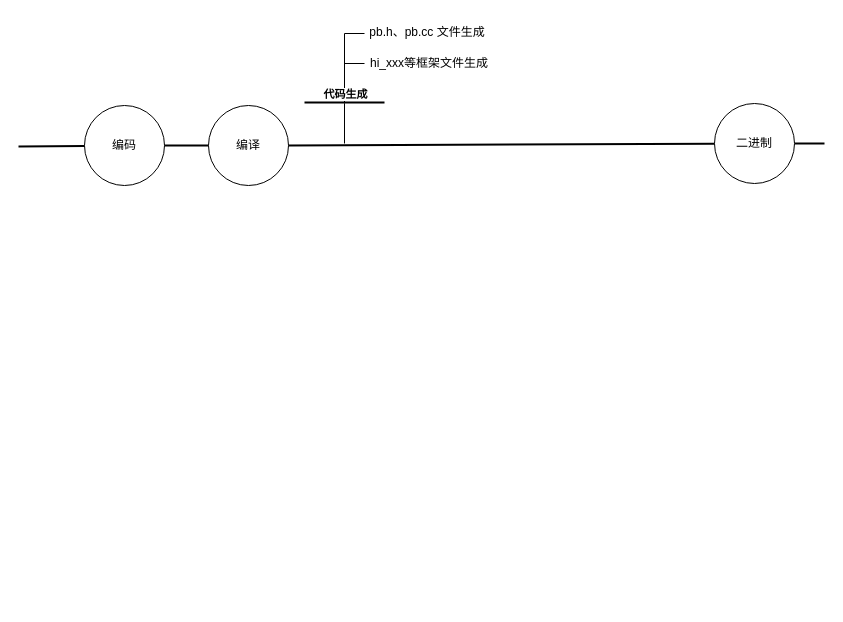
WNTDJMHH/getskills keeps this draw.io diagram as 编译优化.drawio. Above is the earlier version. Source tidied: cells renumbered, new cells numbered last; positions are measured from the earlier drawing's top-left corner, leaving out a move shared by most shapes. Both pictures are drawn from the tidied source at 100%, with x=0, y=0 at pixel (18, 17).
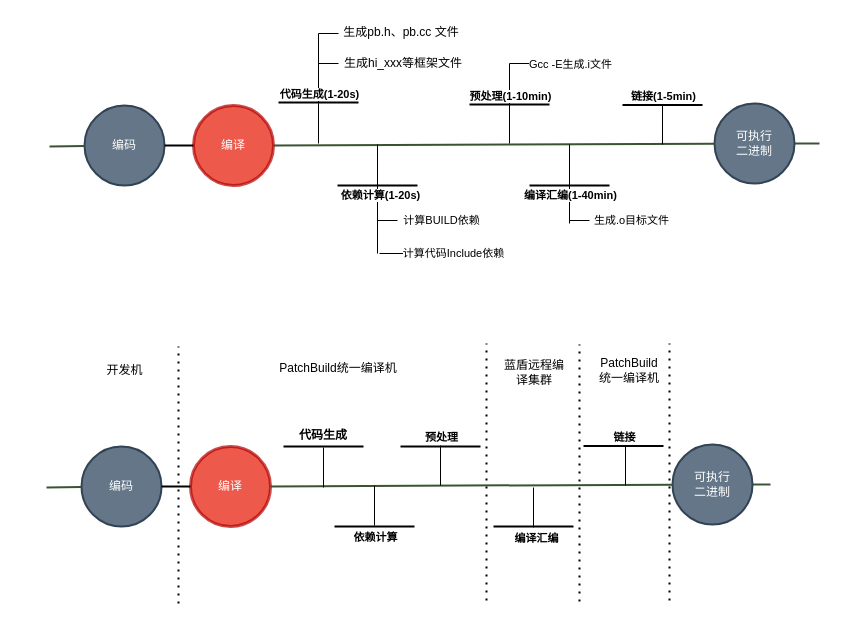
The same page after the edit.

Commit message:
更新编译优化.drawio

Change to the diagram source:
```diff
@@
-    <mxCell id="2" style="endArrow=none;html=1;rounded=0;startArrow=none;strokeWidth=2;" parent="1" edge="1" source="7">
+    <mxCell id="2" style="endArrow=none;html=1;rounded=0;startArrow=none;strokeWidth=2;fillColor=#6d8764;strokeColor=#3A5431;" parent="1" edge="1" source="7">
       <mxGeometry relative="1" as="geometry">
-        <mxPoint x="806" y="126" as="targetPoint" />
+        <mxPoint x="801" y="126" as="targetPoint" />
       </mxGeometry>
     </mxCell>
-    <mxCell id="3" value="编码" style="ellipse;whiteSpace=wrap;html=1;" parent="1" vertex="1">
+    <mxCell id="3" value="编码" style="ellipse;whiteSpace=wrap;html=1;fillColor=#647687;fontColor=#ffffff;strokeColor=#314354;strokeWidth=2;" parent="1" vertex="1">
       <mxGeometry x="66" y="88" width="80" height="80" as="geometry" />
     </mxCell>
-    <mxCell id="4" style="endArrow=none;html=1;rounded=0;strokeWidth=2;" parent="1" edge="1" target="3">
+    <mxCell id="4" style="endArrow=none;html=1;rounded=0;strokeWidth=2;fillColor=#6d8764;strokeColor=#3A5431;" parent="1" edge="1" target="3">
       <mxGeometry relative="1" as="geometry">
-        <mxPoint y="129" as="sourcePoint" />
+        <mxPoint x="31" y="129" as="sourcePoint" />
       </mxGeometry>
     </mxCell>
-    <mxCell id="5" value="编译" style="ellipse;whiteSpace=wrap;html=1;" parent="1" vertex="1">
-      <mxGeometry x="190" y="88" width="80" height="80" as="geometry" />
+    <mxCell id="5" value="编译" style="ellipse;whiteSpace=wrap;html=1;fillColor=#e51400;fontColor=#ffffff;strokeColor=#B20000;opacity=70;strokeWidth=3;" parent="1" vertex="1">
+      <mxGeometry x="175" y="88" width="80" height="80" as="geometry" />
     </mxCell>
@@
-    <mxCell id="7" value="二进制" style="ellipse;whiteSpace=wrap;html=1;fillColor=default;" parent="1" vertex="1">
+    <mxCell id="7" value="可执行&lt;br&gt;二进制" style="ellipse;whiteSpace=wrap;html=1;fillColor=#647687;fontColor=#ffffff;strokeColor=#314354;strokeWidth=2;" parent="1" vertex="1">
       <mxGeometry x="696" y="86" width="80" height="80" as="geometry" />
     </mxCell>
-    <mxCell id="8" style="endArrow=none;html=1;rounded=0;startArrow=none;strokeWidth=2;" parent="1" edge="1" source="5" target="7">
+    <mxCell id="8" style="endArrow=none;html=1;rounded=0;startArrow=none;strokeWidth=2;fillColor=#6d8764;strokeColor=#3A5431;" parent="1" edge="1" source="5" target="7">
       <mxGeometry relative="1" as="geometry" />
     </mxCell>
+    <mxCell id="17" style="group;" parent="1" vertex="1">
+      <mxGeometry x="260" width="190" height="126" as="geometry" />
+    </mxCell>
-    <mxCell id="9" style="endArrow=none;html=1;rounded=0;endSize=7;strokeWidth=2;" parent="1" edge="1">
+    <mxCell id="9" style="endArrow=none;html=1;rounded=0;endSize=7;strokeWidth=2;" parent="17" edge="1">
       <mxGeometry relative="1" as="geometry">
-        <mxPoint x="286" y="85" as="sourcePoint" />
-        <mxPoint x="366" y="85" as="targetPoint" />
+        <mxPoint y="85" as="sourcePoint" />
+        <mxPoint x="80" y="85" as="targetPoint" />
       </mxGeometry>
     </mxCell>
-    <mxCell id="10" style="endArrow=none;html=1;rounded=0;strokeWidth=1;" parent="1" edge="1">
+    <mxCell id="10" style="endArrow=none;html=1;rounded=0;strokeWidth=1;" parent="17" edge="1">
       <mxGeometry relative="1" as="geometry">
-        <mxPoint x="326" y="126" as="sourcePoint" />
-        <mxPoint x="326" y="86" as="targetPoint" />
+        <mxPoint x="40" y="126" as="sourcePoint" />
+        <mxPoint x="40" y="86" as="targetPoint" />
       </mxGeometry>
     </mxCell>
-    <mxCell id="11" style="endArrow=none;html=1;rounded=0;strokeWidth=1;endSize=7;" parent="1" edge="1">
+    <mxCell id="11" style="endArrow=none;html=1;rounded=0;strokeWidth=1;endSize=7;" parent="17" edge="1">
       <mxGeometry relative="1" as="geometry">
-        <mxPoint x="326" y="86" as="sourcePoint" />
-        <mxPoint x="326" y="16" as="targetPoint" />
+        <mxPoint x="40" y="86" as="sourcePoint" />
+        <mxPoint x="40" y="16" as="targetPoint" />
       </mxGeometry>
     </mxCell>
-    <mxCell id="12" value="&lt;b&gt;代码生成&lt;/b&gt;" style="edgeLabel;html=1;align=center;verticalAlign=middle;" parent="11" vertex="1">
+    <mxCell id="12" value="&lt;b&gt;代码生成(1-20s)&lt;/b&gt;" style="edgeLabel;html=1;align=center;verticalAlign=middle;" parent="11" vertex="1">
       <mxGeometry x="-0.85" y="1" relative="1" as="geometry">
         <mxPoint x="1" y="-5" as="offset" />
       </mxGeometry>
     </mxCell>
-    <mxCell id="13" style="endArrow=none;html=1;rounded=0;strokeWidth=1;endSize=7;" parent="1" edge="1">
+    <mxCell id="13" style="endArrow=none;html=1;rounded=0;strokeWidth=1;endSize=7;" parent="17" edge="1">
       <mxGeometry relative="1" as="geometry">
-        <mxPoint x="326" y="46" as="sourcePoint" />
-        <mxPoint x="346" y="46" as="targetPoint" />
+        <mxPoint x="40" y="46" as="sourcePoint" />
+        <mxPoint x="60" y="46" as="targetPoint" />
       </mxGeometry>
     </mxCell>
-    <mxCell id="14" style="endArrow=none;html=1;rounded=0;strokeWidth=1;endSize=7;" parent="1" edge="1">
+    <mxCell id="14" style="endArrow=none;html=1;rounded=0;strokeWidth=1;endSize=7;" parent="17" edge="1">
       <mxGeometry relative="1" as="geometry">
-        <mxPoint x="326" y="16" as="sourcePoint" />
-        <mxPoint x="346" y="16" as="targetPoint" />
+        <mxPoint x="40" y="16" as="sourcePoint" />
+        <mxPoint x="60" y="16" as="targetPoint" />
       </mxGeometry>
     </mxCell>
-    <mxCell id="15" value="pb.h、pb.cc 文件生成" style="text;html=1;strokeColor=none;fillColor=none;align=center;verticalAlign=middle;whiteSpace=wrap;rounded=0;" parent="1" vertex="1">
-      <mxGeometry x="344" width="130" height="30" as="geometry" />
+    <mxCell id="15" value="生成pb.h、pb.cc 文件" style="text;html=1;strokeColor=none;fillColor=none;align=center;verticalAlign=middle;whiteSpace=wrap;rounded=0;" parent="17" vertex="1">
+      <mxGeometry x="58" width="130" height="30" as="geometry" />
     </mxCell>
-    <mxCell id="16" value="hi_xxx等框架文件生成" style="text;html=1;strokeColor=none;fillColor=none;align=center;verticalAlign=middle;whiteSpace=wrap;rounded=0;" parent="1" vertex="1">
-      <mxGeometry x="346" y="31" width="130" height="30" as="geometry" />
+    <mxCell id="16" value="生成hi_xxx等框架文件" style="text;html=1;strokeColor=none;fillColor=none;align=center;verticalAlign=middle;whiteSpace=wrap;rounded=0;" parent="17" vertex="1">
+      <mxGeometry x="60" y="31" width="130" height="30" as="geometry" />
     </mxCell>
+    <mxCell id="18" style="endArrow=none;html=1;rounded=0;strokeWidth=1;endSize=7;" parent="1" edge="1">
+      <mxGeometry relative="1" as="geometry">
+        <mxPoint x="361" y="236" as="sourcePoint" />
+        <mxPoint x="391" y="236" as="targetPoint" />
+      </mxGeometry>
+    </mxCell>
+    <mxCell id="19" value="计算代码Include依赖" style="edgeLabel;html=1;align=center;verticalAlign=middle;" parent="18" vertex="1">
+      <mxGeometry x="0.71" y="1" relative="1" as="geometry">
+        <mxPoint x="47" as="offset" />
+      </mxGeometry>
+    </mxCell>
+    <mxCell id="20" style="group;" parent="1" vertex="1">
+      <mxGeometry x="319" y="127" width="80" height="109" as="geometry" />
+    </mxCell>
+    <mxCell id="21" style="group;" parent="20" vertex="1">
+      <mxGeometry width="80" height="109" as="geometry" />
+    </mxCell>
+    <mxCell id="22" style="endArrow=none;html=1;rounded=0;endSize=7;strokeWidth=2;" parent="21" edge="1">
+      <mxGeometry relative="1" as="geometry">
+        <mxPoint y="41" as="sourcePoint" />
+        <mxPoint x="80" y="41" as="targetPoint" />
+      </mxGeometry>
+    </mxCell>
+    <mxCell id="23" style="endArrow=none;html=1;rounded=0;strokeWidth=1;endSize=7;" parent="21" edge="1">
+      <mxGeometry relative="1" as="geometry">
+        <mxPoint x="40" as="sourcePoint" />
+        <mxPoint x="40" y="109" as="targetPoint" />
+      </mxGeometry>
+    </mxCell>
+    <mxCell id="24" value="&lt;b&gt;依赖计算(1-20s)&lt;/b&gt;" style="edgeLabel;html=1;align=center;verticalAlign=middle;" parent="23" vertex="1">
+      <mxGeometry x="-0.85" y="1" relative="1" as="geometry">
+        <mxPoint x="1" y="42" as="offset" />
+      </mxGeometry>
+    </mxCell>
+    <mxCell id="25" style="endArrow=none;html=1;rounded=0;strokeWidth=1;endSize=7;" parent="21" edge="1">
+      <mxGeometry relative="1" as="geometry">
+        <mxPoint x="40" y="76" as="sourcePoint" />
+        <mxPoint x="60" y="76" as="targetPoint" />
+      </mxGeometry>
+    </mxCell>
+    <mxCell id="26" value="计算BUILD依赖" style="edgeLabel;html=1;align=center;verticalAlign=middle;" parent="25" vertex="1">
+      <mxGeometry x="0.75" y="1" relative="1" as="geometry">
+        <mxPoint x="45" as="offset" />
+      </mxGeometry>
+    </mxCell>
+    <mxCell id="27" style="endArrow=none;html=1;rounded=0;endSize=7;strokeWidth=2;" parent="1" edge="1">
+      <mxGeometry relative="1" as="geometry">
+        <mxPoint x="451" y="87" as="sourcePoint" />
+        <mxPoint x="531" y="87" as="targetPoint" />
+      </mxGeometry>
+    </mxCell>
+    <mxCell id="28" style="endArrow=none;html=1;rounded=0;strokeWidth=1;endSize=7;" parent="1" edge="1">
+      <mxGeometry relative="1" as="geometry">
+        <mxPoint x="491" y="126" as="sourcePoint" />
+        <mxPoint x="491" y="46" as="targetPoint" />
+      </mxGeometry>
+    </mxCell>
+    <mxCell id="29" value="&lt;b&gt;预处理(1-10min)&lt;/b&gt;" style="edgeLabel;html=1;align=center;verticalAlign=middle;" parent="28" vertex="1">
+      <mxGeometry x="-0.85" y="1" relative="1" as="geometry">
+        <mxPoint x="1" y="-42" as="offset" />
+      </mxGeometry>
+    </mxCell>
+    <mxCell id="30" style="endArrow=none;html=1;rounded=0;strokeWidth=1;endSize=7;" parent="1" edge="1">
+      <mxGeometry relative="1" as="geometry">
+        <mxPoint x="491" y="46" as="sourcePoint" />
+        <mxPoint x="511" y="46" as="targetPoint" />
+      </mxGeometry>
+    </mxCell>
+    <mxCell id="31" value="Gcc -E生成.i文件" style="edgeLabel;html=1;align=center;verticalAlign=middle;" parent="30" vertex="1">
+      <mxGeometry x="0.7" relative="1" as="geometry">
+        <mxPoint x="43" as="offset" />
+      </mxGeometry>
+    </mxCell>
+    <mxCell id="32" style="group;" parent="1" vertex="1">
+      <mxGeometry x="511" y="127" width="80" height="109" as="geometry" />
+    </mxCell>
+    <mxCell id="33" style="group;" parent="32" vertex="1">
+      <mxGeometry width="80" height="109" as="geometry" />
+    </mxCell>
+    <mxCell id="34" style="endArrow=none;html=1;rounded=0;endSize=7;strokeWidth=2;" parent="33" edge="1">
+      <mxGeometry relative="1" as="geometry">
+        <mxPoint y="41" as="sourcePoint" />
+        <mxPoint x="80" y="41" as="targetPoint" />
+      </mxGeometry>
+    </mxCell>
+    <mxCell id="35" style="endArrow=none;html=1;rounded=0;strokeWidth=1;endSize=7;" parent="33" edge="1">
+      <mxGeometry relative="1" as="geometry">
+        <mxPoint x="40" as="sourcePoint" />
+        <mxPoint x="40" y="79" as="targetPoint" />
+      </mxGeometry>
+    </mxCell>
+    <mxCell id="36" value="&lt;b&gt;编译汇编(1-40min)&lt;/b&gt;" style="edgeLabel;html=1;align=center;verticalAlign=middle;" parent="35" vertex="1">
+      <mxGeometry x="-0.85" y="1" relative="1" as="geometry">
+        <mxPoint x="-1" y="44" as="offset" />
+      </mxGeometry>
+    </mxCell>
+    <mxCell id="37" style="endArrow=none;html=1;rounded=0;strokeWidth=1;endSize=7;" parent="33" edge="1">
+      <mxGeometry relative="1" as="geometry">
+        <mxPoint x="40" y="76" as="sourcePoint" />
+        <mxPoint x="60" y="76" as="targetPoint" />
+      </mxGeometry>
+    </mxCell>
+    <mxCell id="38" value="生成.o目标文件" style="edgeLabel;html=1;align=center;verticalAlign=middle;" parent="37" vertex="1">
+      <mxGeometry x="0.75" y="1" relative="1" as="geometry">
+        <mxPoint x="43" as="offset" />
+      </mxGeometry>
+    </mxCell>
+    <mxCell id="39" style="endArrow=none;html=1;fontFamily=Helvetica;fontSize=11;fontColor=default;align=center;endSize=7;strokeColor=default;strokeWidth=2;" parent="1" edge="1">
+      <mxGeometry relative="1" as="geometry">
+        <mxPoint x="604" y="87.6" as="sourcePoint" />
+        <mxPoint x="684" y="87.6" as="targetPoint" />
+      </mxGeometry>
+    </mxCell>
+    <mxCell id="40" value="&lt;b&gt;链接(1-5min)&lt;/b&gt;" style="edgeLabel;html=1;align=center;verticalAlign=middle;" parent="1" vertex="1">
+      <mxGeometry x="644" y="78.6" as="geometry" />
+    </mxCell>
+    <mxCell id="41" style="endArrow=none;html=1;rounded=0;strokeWidth=1;endSize=7;" parent="1" edge="1">
+      <mxGeometry relative="1" as="geometry">
+        <mxPoint x="644" y="127" as="sourcePoint" />
+        <mxPoint x="644" y="87" as="targetPoint" />
+      </mxGeometry>
+    </mxCell>
+    <mxCell id="42" style="endArrow=none;html=1;rounded=0;startArrow=none;strokeWidth=2;fillColor=#6d8764;strokeColor=#3A5431;" parent="1" edge="1" source="47">
+      <mxGeometry relative="1" as="geometry">
+        <mxPoint x="752" y="467" as="targetPoint" />
+      </mxGeometry>
+    </mxCell>
+    <mxCell id="43" value="编码" style="ellipse;whiteSpace=wrap;html=1;fillColor=#647687;fontColor=#ffffff;strokeColor=#314354;strokeWidth=2;" parent="1" vertex="1">
+      <mxGeometry x="63" y="429" width="80" height="80" as="geometry" />
+    </mxCell>
+    <mxCell id="44" style="endArrow=none;html=1;rounded=0;strokeWidth=2;fillColor=#6d8764;strokeColor=#3A5431;" parent="1" edge="1" target="43">
+      <mxGeometry relative="1" as="geometry">
+        <mxPoint x="28" y="470" as="sourcePoint" />
+      </mxGeometry>
+    </mxCell>
+    <mxCell id="45" value="编译" style="ellipse;whiteSpace=wrap;html=1;fillColor=#e51400;fontColor=#ffffff;strokeColor=#B20000;opacity=70;strokeWidth=3;" parent="1" vertex="1">
+      <mxGeometry x="172" y="429" width="80" height="80" as="geometry" />
+    </mxCell>
+    <mxCell id="46" style="endArrow=none;html=1;rounded=0;startArrow=none;strokeWidth=2;" parent="1" edge="1" source="43" target="45">
+      <mxGeometry relative="1" as="geometry" />
+    </mxCell>
+    <mxCell id="47" value="可执行&lt;br&gt;二进制" style="ellipse;whiteSpace=wrap;html=1;fillColor=#647687;fontColor=#ffffff;strokeColor=#314354;strokeWidth=2;" parent="1" vertex="1">
+      <mxGeometry x="654" y="427" width="80" height="80" as="geometry" />
+    </mxCell>
+    <mxCell id="48" style="endArrow=none;html=1;rounded=0;startArrow=none;strokeWidth=2;fillColor=#6d8764;strokeColor=#3A5431;" parent="1" edge="1" source="45" target="47">
+      <mxGeometry relative="1" as="geometry" />
+    </mxCell>
+    <mxCell id="49" style="group;" parent="1" vertex="1">
+      <mxGeometry x="316" y="468" width="80" height="109" as="geometry" />
+    </mxCell>
+    <mxCell id="50" style="group;" parent="49" vertex="1">
+      <mxGeometry width="80" height="109" as="geometry" />
+    </mxCell>
+    <mxCell id="51" style="endArrow=none;html=1;rounded=0;endSize=7;strokeWidth=2;" parent="50" edge="1">
+      <mxGeometry relative="1" as="geometry">
+        <mxPoint y="41" as="sourcePoint" />
+        <mxPoint x="80" y="41" as="targetPoint" />
+      </mxGeometry>
+    </mxCell>
+    <mxCell id="52" style="endArrow=none;html=1;rounded=0;strokeWidth=1;endSize=7;" parent="50" edge="1">
+      <mxGeometry relative="1" as="geometry">
+        <mxPoint x="40" as="sourcePoint" />
+        <mxPoint x="40" y="40" as="targetPoint" />
+      </mxGeometry>
+    </mxCell>
+    <mxCell id="53" value="&lt;b&gt;依赖计算&lt;/b&gt;" style="edgeLabel;html=1;align=center;verticalAlign=middle;" parent="52" vertex="1">
+      <mxGeometry x="-0.85" y="1" relative="1" as="geometry">
+        <mxPoint x="-1" y="48" as="offset" />
+      </mxGeometry>
+    </mxCell>
+    <mxCell id="54" style="endArrow=none;html=1;rounded=0;endSize=7;strokeWidth=2;" parent="1" edge="1">
+      <mxGeometry relative="1" as="geometry">
+        <mxPoint x="382" y="429" as="sourcePoint" />
+        <mxPoint x="462" y="429" as="targetPoint" />
+      </mxGeometry>
+    </mxCell>
+    <mxCell id="55" style="endArrow=none;html=1;rounded=0;strokeWidth=1;endSize=7;" parent="1" edge="1">
+      <mxGeometry relative="1" as="geometry">
+        <mxPoint x="422" y="468" as="sourcePoint" />
+        <mxPoint x="422" y="428" as="targetPoint" />
+      </mxGeometry>
+    </mxCell>
+    <mxCell id="56" value="&lt;b&gt;预处理&lt;/b&gt;" style="edgeLabel;html=1;align=center;verticalAlign=middle;" parent="55" vertex="1">
+      <mxGeometry x="-0.85" y="1" relative="1" as="geometry">
+        <mxPoint x="1" y="-46" as="offset" />
+      </mxGeometry>
+    </mxCell>
+    <mxCell id="57" style="group;" parent="1" vertex="1">
+      <mxGeometry x="508" y="468" width="80" height="109" as="geometry" />
+    </mxCell>
+    <mxCell id="58" style="group;" parent="57" vertex="1">
+      <mxGeometry width="80" height="109" as="geometry" />
+    </mxCell>
+    <mxCell id="59" style="endArrow=none;html=1;rounded=0;endSize=7;strokeWidth=2;" parent="58" edge="1">
+      <mxGeometry relative="1" as="geometry">
+        <mxPoint x="-33" y="41" as="sourcePoint" />
+        <mxPoint x="47" y="41" as="targetPoint" />
+      </mxGeometry>
+    </mxCell>
+    <mxCell id="60" style="endArrow=none;html=1;rounded=0;strokeWidth=1;endSize=7;" parent="58" edge="1">
+      <mxGeometry relative="1" as="geometry">
+        <mxPoint x="7" y="2" as="sourcePoint" />
+        <mxPoint x="7" y="42" as="targetPoint" />
+      </mxGeometry>
+    </mxCell>
+    <mxCell id="61" value="&lt;b&gt;编译汇编&lt;/b&gt;" style="edgeLabel;html=1;align=center;verticalAlign=middle;" parent="60" vertex="1">
+      <mxGeometry x="-0.85" y="1" relative="1" as="geometry">
+        <mxPoint x="1" y="47" as="offset" />
+      </mxGeometry>
+    </mxCell>
+    <mxCell id="62" style="endArrow=none;html=1;fontFamily=Helvetica;fontSize=11;fontColor=default;align=center;endSize=7;strokeColor=default;strokeWidth=2;" parent="1" edge="1">
+      <mxGeometry relative="1" as="geometry">
+        <mxPoint x="565" y="428.6" as="sourcePoint" />
+        <mxPoint x="645" y="428.6" as="targetPoint" />
+      </mxGeometry>
+    </mxCell>
+    <mxCell id="63" value="&lt;b&gt;链接&lt;/b&gt;" style="edgeLabel;html=1;align=center;verticalAlign=middle;" parent="1" vertex="1">
+      <mxGeometry x="605" y="419.6" as="geometry" />
+    </mxCell>
+    <mxCell id="64" style="endArrow=none;html=1;rounded=0;strokeWidth=1;endSize=7;" parent="1" edge="1">
+      <mxGeometry relative="1" as="geometry">
+        <mxPoint x="607" y="468" as="sourcePoint" />
+        <mxPoint x="607" y="428" as="targetPoint" />
+      </mxGeometry>
+    </mxCell>
+    <mxCell id="65" style="group;" parent="1" vertex="1">
+      <mxGeometry x="265" y="403" width="80" height="67" as="geometry" />
+    </mxCell>
+    <mxCell id="66" style="group;" parent="65" vertex="1">
+      <mxGeometry y="26" width="80" height="41" as="geometry" />
+    </mxCell>
+    <mxCell id="67" style="endArrow=none;html=1;rounded=0;endSize=7;strokeWidth=2;" parent="66" edge="1">
+      <mxGeometry relative="1" as="geometry">
+        <mxPoint as="sourcePoint" />
+        <mxPoint x="80" as="targetPoint" />
+      </mxGeometry>
+    </mxCell>
+    <mxCell id="68" style="endArrow=none;html=1;rounded=0;strokeWidth=1;" parent="66" edge="1">
+      <mxGeometry relative="1" as="geometry">
+        <mxPoint x="40" y="41" as="sourcePoint" />
+        <mxPoint x="40" y="1" as="targetPoint" />
+      </mxGeometry>
+    </mxCell>
+    <mxCell id="69" value="&lt;b&gt;代码生成&lt;/b&gt;" style="text;html=1;strokeColor=none;fillColor=none;align=center;verticalAlign=middle;whiteSpace=wrap;rounded=0;strokeWidth=2;opacity=70;" parent="65" vertex="1">
+      <mxGeometry x="10" width="60" height="30" as="geometry" />
+    </mxCell>
+    <mxCell id="70" style="endArrow=none;dashed=1;html=1;dashPattern=1 3;strokeWidth=2;rounded=0;endSize=7;" parent="1" edge="1">
+      <mxGeometry relative="1" as="geometry">
+        <mxPoint x="160" y="586" as="sourcePoint" />
+        <mxPoint x="160" y="329" as="targetPoint" />
+      </mxGeometry>
+    </mxCell>
+    <mxCell id="71" style="endArrow=none;dashed=1;html=1;dashPattern=1 3;strokeWidth=2;rounded=0;endSize=7;" parent="1" edge="1">
+      <mxGeometry relative="1" as="geometry">
+        <mxPoint x="468" y="583" as="sourcePoint" />
+        <mxPoint x="468" y="326" as="targetPoint" />
+      </mxGeometry>
+    </mxCell>
+    <mxCell id="72" style="endArrow=none;dashed=1;html=1;dashPattern=1 3;strokeWidth=2;rounded=0;endSize=7;" parent="1" edge="1">
+      <mxGeometry relative="1" as="geometry">
+        <mxPoint x="561" y="584" as="sourcePoint" />
+        <mxPoint x="561" y="327" as="targetPoint" />
+      </mxGeometry>
+    </mxCell>
+    <mxCell id="73" value="PatchBuild统一编译机" style="text;html=1;strokeColor=none;fillColor=none;align=center;verticalAlign=middle;whiteSpace=wrap;rounded=0;strokeWidth=2;opacity=70;" parent="1" vertex="1">
+      <mxGeometry x="260" y="336" width="120" height="30" as="geometry" />
+    </mxCell>
+    <mxCell id="74" value="蓝盾远程编译集群" style="text;html=1;strokeColor=none;fillColor=none;align=center;verticalAlign=middle;whiteSpace=wrap;rounded=0;strokeWidth=2;opacity=70;" parent="1" vertex="1">
+      <mxGeometry x="481" y="340" width="70" height="30" as="geometry" />
+    </mxCell>
+    <mxCell id="75" value="开发机" style="text;html=1;strokeColor=none;fillColor=none;align=center;verticalAlign=middle;whiteSpace=wrap;rounded=0;strokeWidth=2;opacity=70;" parent="1" vertex="1">
+      <mxGeometry x="73.5" y="338" width="65" height="30" as="geometry" />
+    </mxCell>
+    <mxCell id="76" style="endArrow=none;dashed=1;html=1;dashPattern=1 3;strokeWidth=2;rounded=0;endSize=7;" parent="1" edge="1">
+      <mxGeometry relative="1" as="geometry">
+        <mxPoint x="651" y="583" as="sourcePoint" />
+        <mxPoint x="651" y="326" as="targetPoint" />
+      </mxGeometry>
+    </mxCell>
+    <mxCell id="77" value="PatchBuild&lt;br&gt;统一编译机" style="text;html=1;strokeColor=none;fillColor=none;align=center;verticalAlign=middle;whiteSpace=wrap;rounded=0;strokeWidth=2;opacity=70;" parent="1" vertex="1">
+      <mxGeometry x="551" y="338" width="120" height="30" as="geometry" />
+    </mxCell>
```
